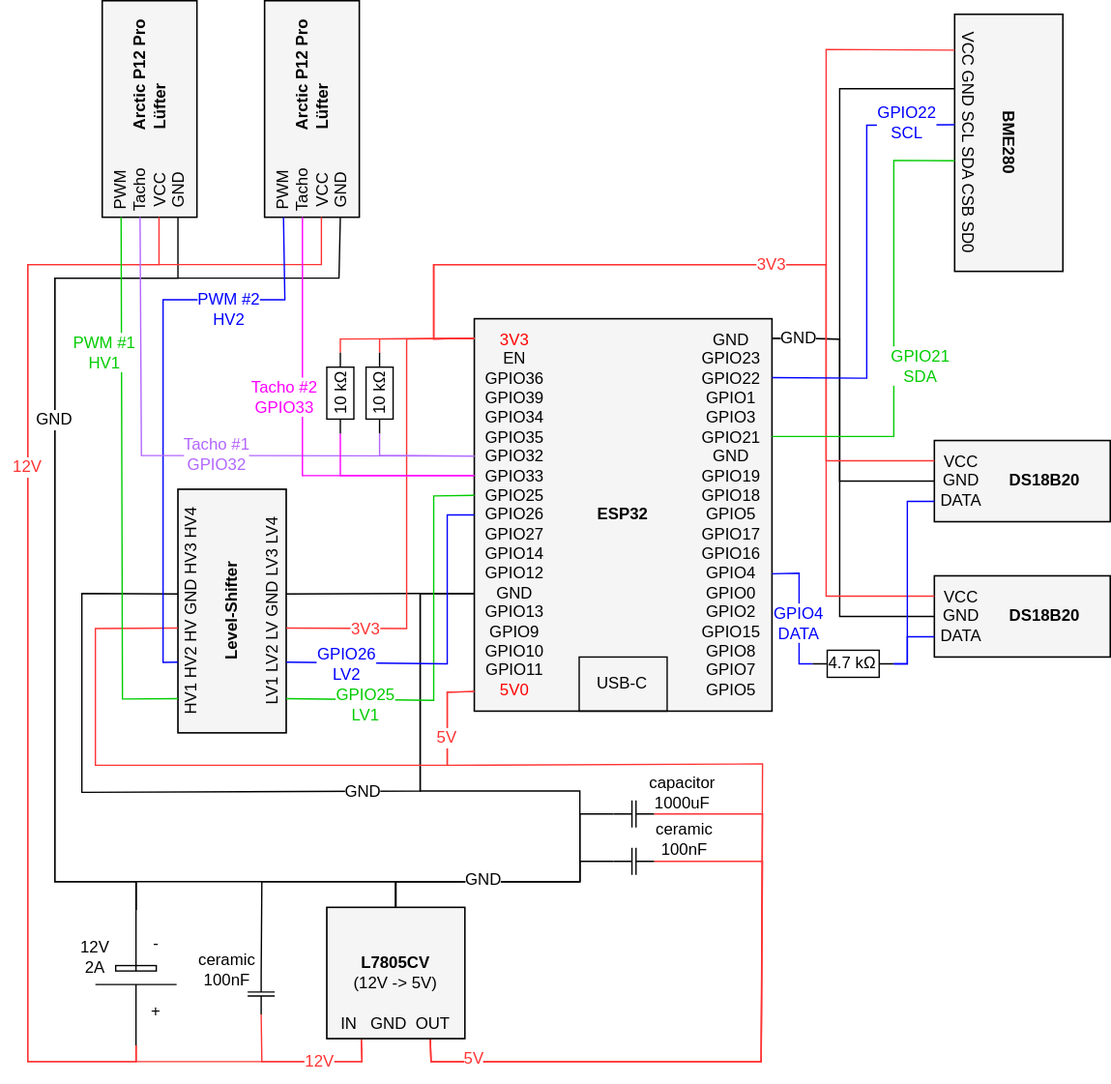
Earlier version of the draw.io export hardware/rack_esp32_schaltplan.drawio.svg (dan1elw/ha-rack-monitor). Source tidied: cells renumbered, new cells last; positions are measured from the earlier drawing's top-left corner, leaving out a move shared by most shapes.
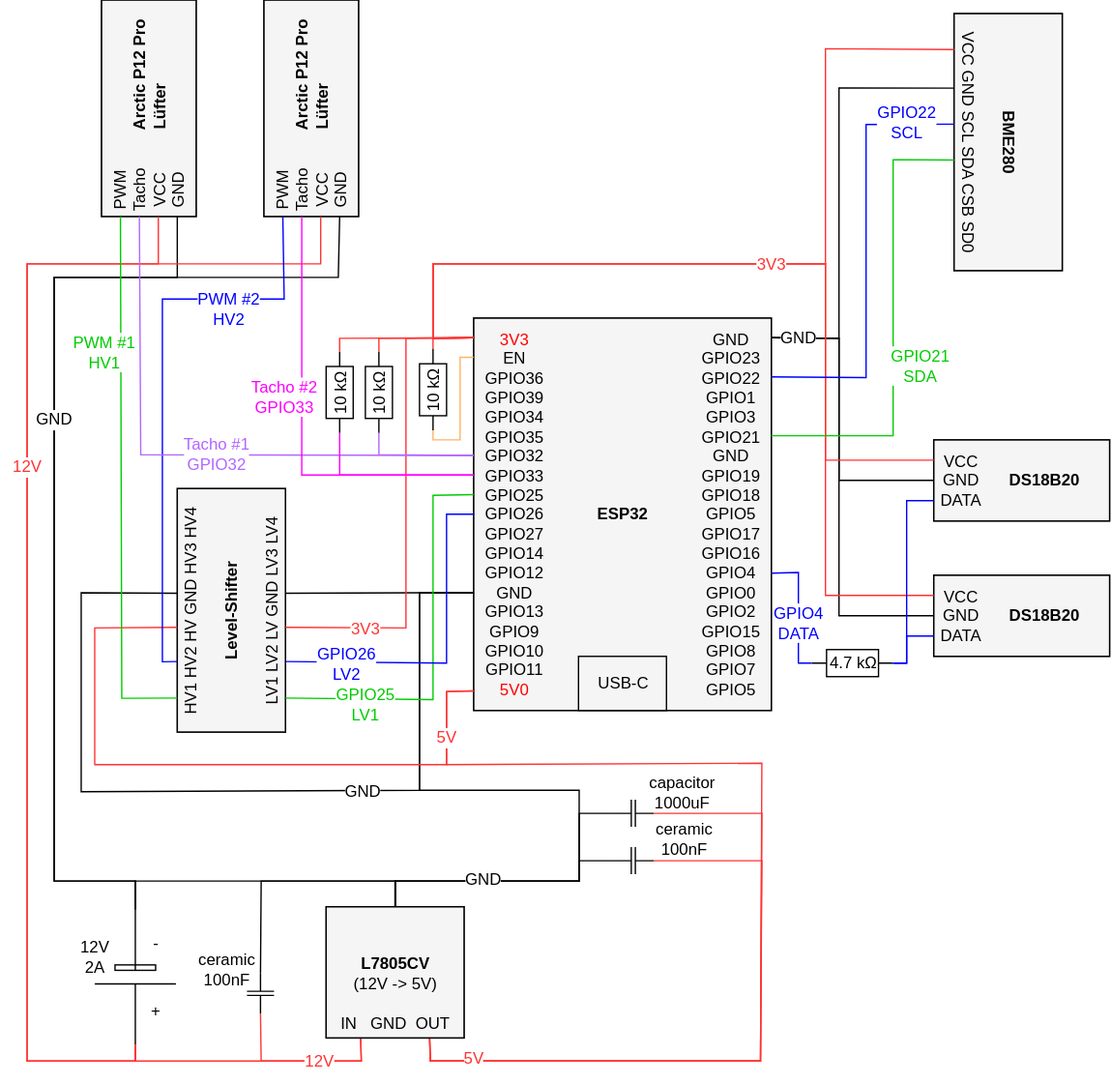
Above is the later version.

Commit message:
add-10kohm-pullup-ENPin-3V3

The edit, as a diff of the source:
```diff
@@ -540,5 +540,30 @@
     <mxCell id="108" style="edgeStyle=orthogonalEdgeStyle;rounded=0;orthogonalLoop=1;jettySize=auto;html=1;exitX=0.5;exitY=1;exitDx=0;exitDy=0;" parent="1" edge="1" source="106" target="106">
       <mxGeometry relative="1" as="geometry" />
     </mxCell>
+    <mxCell id="109" style="group;rotation=-90;" parent="1" vertex="1">
+      <mxGeometry x="290" y="237" width="60" height="30" as="geometry" />
+    </mxCell>
+    <mxCell id="110" style="verticalLabelPosition=bottom;shadow=0;dashed=0;align=center;html=1;verticalAlign=top;shape=mxgraph.electrical.resistors.resistor_1;rotation=-90;" parent="109" vertex="1">
+      <mxGeometry y="5" width="60" height="20" as="geometry" />
+    </mxCell>
+    <mxCell id="111" value="&lt;span style=&quot;color: rgb(0, 0, 0); font-family: Helvetica; font-size: 12px; font-style: normal; font-variant-ligatures: normal; font-variant-caps: normal; font-weight: 400; letter-spacing: normal; orphans: 2; text-align: center; text-indent: 0px; text-transform: none; widows: 2; word-spacing: 0px; -webkit-text-stroke-width: 0px; white-space: normal; text-decoration-thickness: initial; text-decoration-style: initial; text-decoration-color: initial; float: none; display: inline !important;&quot;&gt;10 kΩ&lt;/span&gt;" style="text;html=1;whiteSpace=wrap;align=center;verticalAlign=middle;rounded=0;rotation=-90;" parent="109" vertex="1">
+      <mxGeometry x="3" width="55" height="30" as="geometry" />
+    </mxCell>
+    <mxCell id="112" style="endArrow=none;html=1;rounded=0;entryX=0;entryY=0.05;entryDx=0;entryDy=0;entryPerimeter=0;exitX=1;exitY=0.5;exitDx=0;exitDy=0;exitPerimeter=0;strokeColor=#FF3333;" parent="1" edge="1" source="110" target="36">
+      <mxGeometry relative="1" as="geometry">
+        <Array as="points">
+          <mxPoint x="320" y="214" />
+        </Array>
+      </mxGeometry>
+    </mxCell>
+    <mxCell id="113" style="endArrow=none;html=1;rounded=0;exitX=0;exitY=0.5;exitDx=0;exitDy=0;exitPerimeter=0;entryX=0;entryY=0.1;entryDx=0;entryDy=0;entryPerimeter=0;strokeColor=#FFB366;" parent="1" edge="1" source="110" target="36">
+      <mxGeometry relative="1" as="geometry">
+        <Array as="points">
+          <mxPoint x="320" y="289" />
+          <mxPoint x="340" y="289" />
+          <mxPoint x="340" y="228" />
+        </Array>
+      </mxGeometry>
+    </mxCell>
   </root>
 </mxGraphModel>
```
